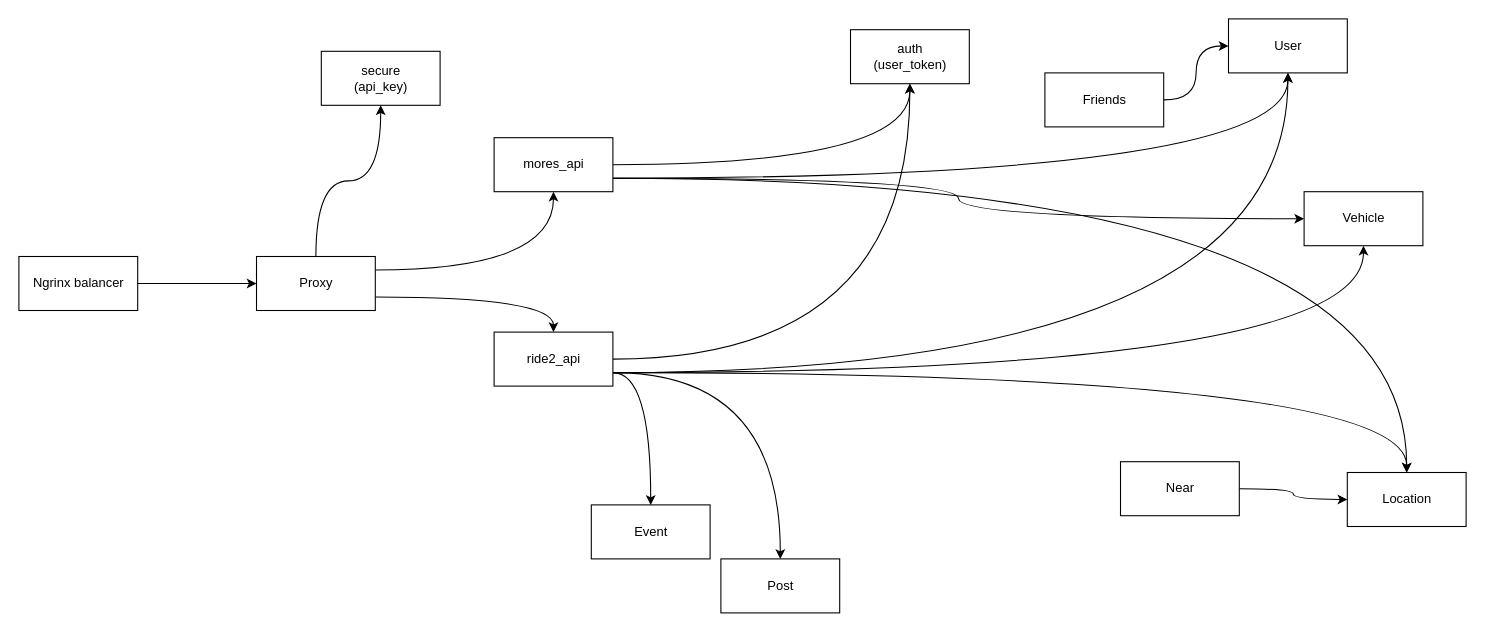
This is page "Page-3" (3 of 3) of schema.drawio from jadjer/mores, a draw.io file, before an edit. Source tidied: cells renumbered, new cells numbered last; positions are measured from the earlier drawing's top-left corner, leaving out a move shared by most shapes. Both pictures are drawn from the tidied source at 108%, with x=0, y=0 at pixel (18, 18).
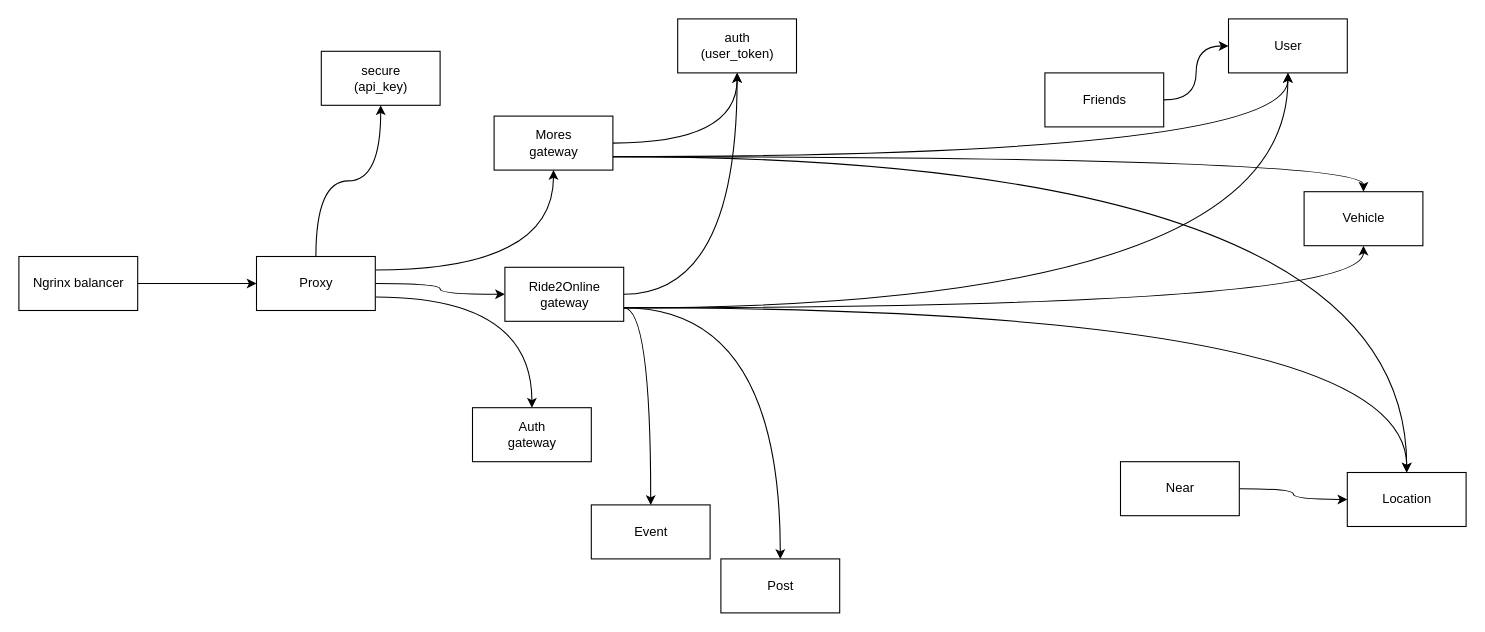
The same page after the edit.

Unchanged cells that the change refers to:
```xml
<mxCell id="28" value="Proxy" style="html=1;" parent="1" vertex="1">
  <mxGeometry x="220" y="220" width="110" height="50" as="geometry" />
</mxCell>
```

The edit, as a diff of the source:
```diff
@@
-    <mxCell id="6" value="mores_api" style="html=1;" parent="1" vertex="1">
-      <mxGeometry x="440" y="110" width="110" height="50" as="geometry" />
+    <mxCell id="6" value="Mores&lt;br&gt;gateway" style="html=1;" parent="1" vertex="1">
+      <mxGeometry x="440" y="90" width="110" height="50" as="geometry" />
     </mxCell>
@@
-    <mxCell id="13" value="ride2_api" style="html=1;" parent="1" vertex="1">
-      <mxGeometry x="440" y="290" width="110" height="50" as="geometry" />
+    <mxCell id="13" value="Ride2Online&lt;br&gt;gateway" style="html=1;" parent="1" vertex="1">
+      <mxGeometry x="450" y="230" width="110" height="50" as="geometry" />
     </mxCell>
@@
     <mxCell id="16" value="auth&lt;br&gt;(user_token)" style="html=1;" parent="1" vertex="1">
-      <mxGeometry x="770" y="10" width="110" height="50" as="geometry" />
+      <mxGeometry x="610" width="110" height="50" as="geometry" />
     </mxCell>
@@
-    <mxCell id="26" style="edgeStyle=orthogonalEdgeStyle;curved=1;rounded=0;jettySize=auto;html=1;exitX=1;exitY=0.75;exitDx=0;exitDy=0;" parent="1" edge="1" source="28" target="13">
+    <mxCell id="26" style="edgeStyle=orthogonalEdgeStyle;curved=1;rounded=0;jettySize=auto;html=1;exitX=1;exitY=0.5;exitDx=0;exitDy=0;" parent="1" edge="1" source="28" target="13">
       <mxGeometry relative="1" as="geometry" />
     </mxCell>
@@
+    <mxCell id="31" style="edgeStyle=orthogonalEdgeStyle;rounded=0;jettySize=auto;html=1;exitX=1;exitY=0.75;exitDx=0;exitDy=0;curved=1;" parent="1" edge="1" source="28" target="32">
+      <mxGeometry relative="1" as="geometry" />
+    </mxCell>
@@
+    <mxCell id="32" value="Auth&lt;br&gt;gateway" style="html=1;" parent="1" vertex="1">
+      <mxGeometry x="420" y="360" width="110" height="50" as="geometry" />
+    </mxCell>
```
